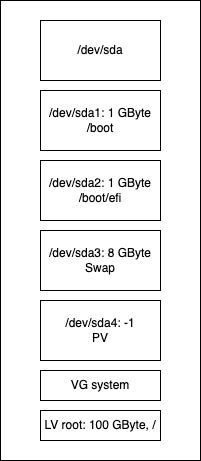
Before: assets/disklayout-3.drawio.png, a diagram exported from draw.io (osism/node-image). Source tidied: cells renumbered, new cells last; positions are measured from the earlier drawing's top-left corner, leaving out a move shared by most shapes. Source of this version:
```xml
<mxGraphModel>
  <root>
    <mxCell id="0" />
    <mxCell id="1" parent="0" />
    <mxCell id="2" style="rounded=0;whiteSpace=wrap;html=1;" parent="1" vertex="1">
      <mxGeometry width="200" height="460" as="geometry" />
    </mxCell>
    <mxCell id="3" value="/dev/sda" style="rounded=0;whiteSpace=wrap;html=1;" parent="1" vertex="1">
      <mxGeometry x="40" y="20" width="120" height="60" as="geometry" />
    </mxCell>
    <mxCell id="4" value="/dev/sda1: 1 GByte&lt;br&gt;/boot" style="rounded=0;whiteSpace=wrap;html=1;" parent="1" vertex="1">
      <mxGeometry x="40" y="90" width="120" height="60" as="geometry" />
    </mxCell>
    <mxCell id="5" value="/dev/sda2: 1 GByte&lt;br&gt;/boot/efi" style="rounded=0;whiteSpace=wrap;html=1;" parent="1" vertex="1">
      <mxGeometry x="40" y="160" width="120" height="60" as="geometry" />
    </mxCell>
    <mxCell id="6" value="/dev/sda3: 8 GByte&lt;br&gt;Swap" style="rounded=0;whiteSpace=wrap;html=1;" parent="1" vertex="1">
      <mxGeometry x="40" y="230" width="120" height="60" as="geometry" />
    </mxCell>
    <mxCell id="7" value="/dev/sda4: -1&lt;br&gt;PV" style="rounded=0;whiteSpace=wrap;html=1;" parent="1" vertex="1">
      <mxGeometry x="40" y="300" width="120" height="60" as="geometry" />
    </mxCell>
    <mxCell id="8" value="VG system" style="rounded=0;whiteSpace=wrap;html=1;" parent="1" vertex="1">
      <mxGeometry x="40" y="370" width="120" height="30" as="geometry" />
    </mxCell>
    <mxCell id="9" value="LV root: 100 GByte, /" style="rounded=0;whiteSpace=wrap;html=1;align=center;labelPosition=center;verticalLabelPosition=middle;verticalAlign=middle;" parent="1" vertex="1">
      <mxGeometry x="40" y="410" width="120" height="30" as="geometry" />
    </mxCell>
  </root>
</mxGraphModel>
```
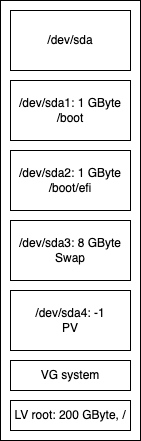
After the commit.

Change to the diagram source:
```diff
@@ -3,7 +3,7 @@
     <mxCell id="0" />
     <mxCell id="1" parent="0" />
     <mxCell id="2" style="rounded=0;whiteSpace=wrap;html=1;" parent="1" vertex="1">
-      <mxGeometry width="200" height="460" as="geometry" />
+      <mxGeometry x="30" y="10" width="140" height="440" as="geometry" />
     </mxCell>
     <mxCell id="3" value="/dev/sda" style="rounded=0;whiteSpace=wrap;html=1;" parent="1" vertex="1">
       <mxGeometry x="40" y="20" width="120" height="60" as="geometry" />
@@ -23,7 +23,7 @@
     <mxCell id="8" value="VG system" style="rounded=0;whiteSpace=wrap;html=1;" parent="1" vertex="1">
       <mxGeometry x="40" y="370" width="120" height="30" as="geometry" />
     </mxCell>
-    <mxCell id="9" value="LV root: 100 GByte, /" style="rounded=0;whiteSpace=wrap;html=1;align=center;labelPosition=center;verticalLabelPosition=middle;verticalAlign=middle;" parent="1" vertex="1">
+    <mxCell id="9" value="LV root: 200 GByte, /" style="rounded=0;whiteSpace=wrap;html=1;align=center;labelPosition=center;verticalLabelPosition=middle;verticalAlign=middle;" parent="1" vertex="1">
       <mxGeometry x="40" y="410" width="120" height="30" as="geometry" />
     </mxCell>
   </root>
```
